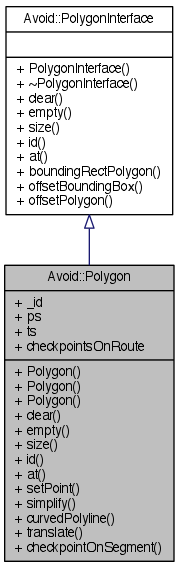
The Graphviz diagram documentation/classAvoid_1_1Polygon__coll__graph.png in mjwybrow/adaptagrams, before a commit. Its source is kept beside it as documentation/classAvoid_1_1Polygon__coll__graph.dot. Source of this version:
```dot
digraph "Avoid::Polygon"
{
  edge [fontname="Helvetica",fontsize="10",labelfontname="Helvetica",labelfontsize="10"];
  node [fontname="Helvetica",fontsize="10",shape=record];
  Node1 [label="{Avoid::Polygon\n|+ _id\l+ ps\l+ ts\l+ checkpointsOnRoute\l|+ Polygon()\l+ Polygon()\l+ Polygon()\l+ clear()\l+ empty()\l+ size()\l+ id()\l+ at()\l+ setPoint()\l+ simplify()\l+ curvedPolyline()\l+ translate()\l+ checkpointOnSegment()\l}",height=0.2,width=0.4,color="black", fillcolor="grey75", style="filled" fontcolor="black"];
  Node2 -> Node1 [dir="back",color="midnightblue",fontsize="10",style="solid",arrowtail="onormal",fontname="Helvetica"];
  Node2 [label="{Avoid::PolygonInterface\n||+ PolygonInterface()\l+ ~PolygonInterface()\l+ clear()\l+ empty()\l+ size()\l+ id()\l+ at()\l+ boundingRectPolygon()\l+ offsetBoundingBox()\l+ offsetPolygon()\l}",height=0.2,width=0.4,color="black", fillcolor="white", style="filled",URL="$classAvoid_1_1PolygonInterface.html",tooltip="A common interface used by the Polygon classes."];
}
```
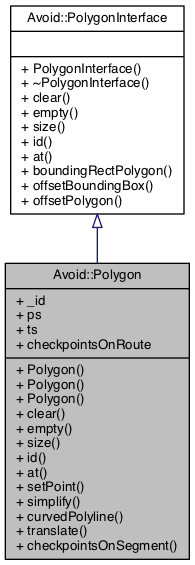
The same diagram one commit later.

The edit, as a diff of the source:
```diff
@@ -2,7 +2,7 @@
 {
   edge [fontname="Helvetica",fontsize="10",labelfontname="Helvetica",labelfontsize="10"];
   node [fontname="Helvetica",fontsize="10",shape=record];
-  Node1 [label="{Avoid::Polygon\n|+ _id\l+ ps\l+ ts\l+ checkpointsOnRoute\l|+ Polygon()\l+ Polygon()\l+ Polygon()\l+ clear()\l+ empty()\l+ size()\l+ id()\l+ at()\l+ setPoint()\l+ simplify()\l+ curvedPolyline()\l+ translate()\l+ checkpointOnSegment()\l}",height=0.2,width=0.4,color="black", fillcolor="grey75", style="filled" fontcolor="black"];
+  Node1 [label="{Avoid::Polygon\n|+ _id\l+ ps\l+ ts\l+ checkpointsOnRoute\l|+ Polygon()\l+ Polygon()\l+ Polygon()\l+ clear()\l+ empty()\l+ size()\l+ id()\l+ at()\l+ setPoint()\l+ simplify()\l+ curvedPolyline()\l+ translate()\l+ checkpointsOnSegment()\l}",height=0.2,width=0.4,color="black", fillcolor="grey75", style="filled", fontcolor="black"];
   Node2 -> Node1 [dir="back",color="midnightblue",fontsize="10",style="solid",arrowtail="onormal",fontname="Helvetica"];
-  Node2 [label="{Avoid::PolygonInterface\n||+ PolygonInterface()\l+ ~PolygonInterface()\l+ clear()\l+ empty()\l+ size()\l+ id()\l+ at()\l+ boundingRectPolygon()\l+ offsetBoundingBox()\l+ offsetPolygon()\l}",height=0.2,width=0.4,color="black", fillcolor="white", style="filled",URL="$classAvoid_1_1PolygonInterface.html",tooltip="A common interface used by the Polygon classes."];
+  Node2 [label="{Avoid::PolygonInterface\n||+ PolygonInterface()\l+ ~PolygonInterface()\l+ clear()\l+ empty()\l+ size()\l+ id()\l+ at()\l+ boundingRectPolygon()\l+ offsetBoundingBox()\l+ offsetPolygon()\l}",height=0.2,width=0.4,color="black", fillcolor="white", style="filled",URL="$classAvoid_1_1PolygonInterface.html",tooltip="A common interface used by the Polygon classes. "];
 }
```
